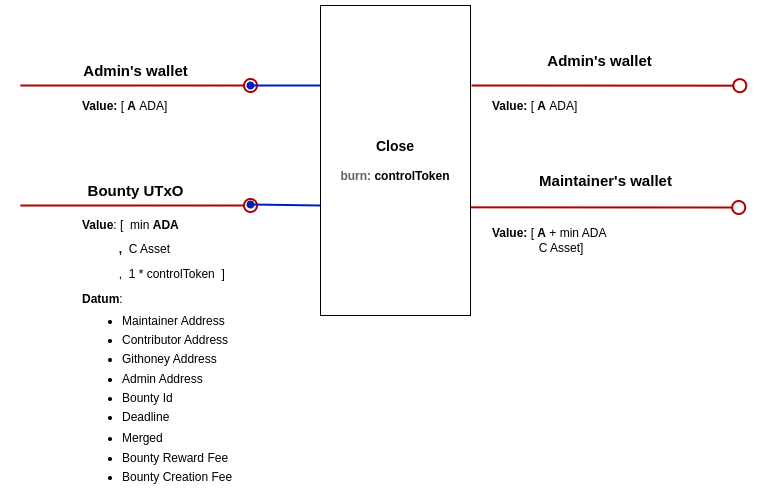
Before: docs/img/close.png, a diagram exported from draw.io (githoney-io/githoney-smart-contract). Source tidied: cells renumbered, new cells last; positions are measured from the earlier drawing's top-left corner, leaving out a move shared by most shapes.
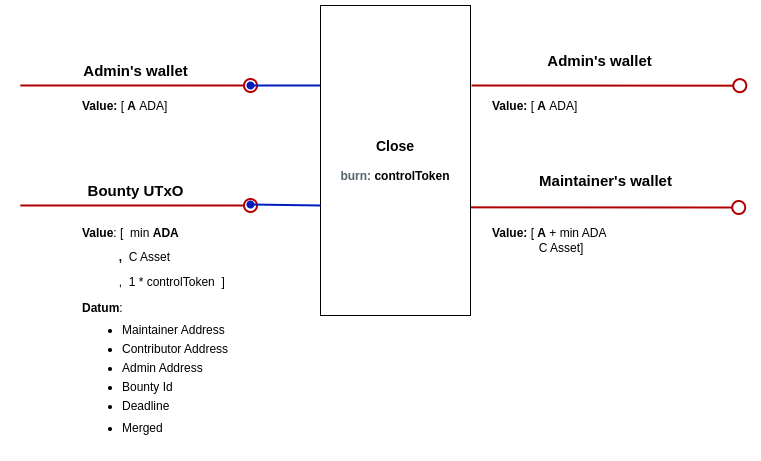
Later version of the same file.

Diff of the diagram source:
```diff
@@ -47,8 +47,8 @@
     <mxCell id="11" value="&lt;font style=&quot;font-size: 15px;&quot;&gt;&lt;b&gt;Bounty UTxO&lt;/b&gt;&lt;/font&gt;" style="text;html=1;align=center;verticalAlign=middle;strokeColor=none;fillColor=none;" parent="1" vertex="1">
       <mxGeometry x="55" y="170" width="120" height="30" as="geometry" />
     </mxCell>
-    <mxCell id="12" value="&lt;p style=&quot;line-height: 100%;&quot;&gt;&lt;b&gt;Value&lt;/b&gt;: [&amp;nbsp; min&lt;b&gt;&amp;nbsp;ADA&lt;/b&gt;&lt;/p&gt;&lt;p style=&quot;line-height: 100%;&quot;&gt;&lt;b&gt;&lt;span style=&quot;white-space: pre;&quot;&gt;&#9;&lt;/span&gt;&amp;nbsp; &amp;nbsp;,&amp;nbsp; &lt;/b&gt;C Asset&lt;br&gt;&lt;/p&gt;&lt;span style=&quot;background-color: initial;&quot;&gt;&amp;nbsp; &amp;nbsp; &amp;nbsp; &amp;nbsp; &amp;nbsp; &amp;nbsp;,&amp;nbsp; 1 * controlToken&lt;/span&gt;&lt;b style=&quot;background-color: initial;&quot;&gt;&amp;nbsp;&amp;nbsp;&lt;/b&gt;&lt;span style=&quot;background-color: initial;&quot;&gt;]&amp;nbsp;&lt;/span&gt;&lt;div&gt;&lt;div&gt;&lt;p style=&quot;line-height: 100%;&quot;&gt;&lt;b&gt;Datum&lt;/b&gt;:&lt;/p&gt;&lt;ul style=&quot;line-height: 80%;&quot;&gt;&lt;li&gt;Maintainer Address&lt;br&gt;&lt;br&gt;&lt;/li&gt;&lt;li&gt;Contributor Address&lt;br&gt;&lt;br&gt;&lt;/li&gt;&lt;li&gt;Githoney Address&lt;br&gt;&lt;/li&gt;&lt;br&gt;&lt;li&gt;Admin Address&amp;nbsp; &amp;nbsp; &amp;nbsp; &amp;nbsp; &amp;nbsp; &amp;nbsp;&lt;br&gt;&amp;nbsp; &amp;nbsp; &amp;nbsp;&lt;/li&gt;&lt;li&gt;Bounty Id&lt;br&gt;&lt;br&gt;&lt;/li&gt;&lt;li&gt;Deadline&lt;/li&gt;&lt;/ul&gt;&lt;ul style=&quot;line-height: 80%;&quot;&gt;&lt;li&gt;Merged&lt;br&gt;&lt;br&gt;&lt;/li&gt;&lt;li&gt;Bounty Reward Fee&lt;br&gt;&lt;br&gt;&lt;/li&gt;&lt;li&gt;Bounty Creation Fee&lt;/li&gt;&lt;/ul&gt;&lt;p&gt;&lt;/p&gt;&lt;/div&gt;&lt;/div&gt;" style="text;html=1;strokeColor=none;fillColor=none;align=left;verticalAlign=middle;whiteSpace=wrap;rounded=0;" parent="1" vertex="1">
-      <mxGeometry x="60" y="220" width="437.4" height="250" as="geometry" />
+    <mxCell id="12" value="&lt;p style=&quot;line-height: 100%;&quot;&gt;&lt;b&gt;Value&lt;/b&gt;: [&amp;nbsp; min&lt;b&gt;&amp;nbsp;ADA&lt;/b&gt;&lt;/p&gt;&lt;p style=&quot;line-height: 100%;&quot;&gt;&lt;b&gt;&lt;span style=&quot;white-space: pre;&quot;&gt;&#9;&lt;/span&gt;&amp;nbsp; &amp;nbsp;,&amp;nbsp; &lt;/b&gt;C Asset&lt;br&gt;&lt;/p&gt;&lt;span style=&quot;background-color: initial;&quot;&gt;&amp;nbsp; &amp;nbsp; &amp;nbsp; &amp;nbsp; &amp;nbsp; &amp;nbsp;,&amp;nbsp; 1 * controlToken&lt;/span&gt;&lt;b style=&quot;background-color: initial;&quot;&gt;&amp;nbsp;&amp;nbsp;&lt;/b&gt;&lt;span style=&quot;background-color: initial;&quot;&gt;]&amp;nbsp;&lt;/span&gt;&lt;div&gt;&lt;p style=&quot;line-height: 100%;&quot;&gt;&lt;b&gt;Datum&lt;/b&gt;:&lt;/p&gt;&lt;ul style=&quot;line-height: 80%;&quot;&gt;&lt;li&gt;Maintainer Address&lt;br&gt;&lt;br&gt;&lt;/li&gt;&lt;li&gt;Contributor Address&lt;br&gt;&lt;br&gt;&lt;/li&gt;&lt;li&gt;Admin Address&amp;nbsp; &amp;nbsp; &amp;nbsp; &amp;nbsp; &amp;nbsp; &amp;nbsp;&lt;br&gt;&amp;nbsp; &amp;nbsp; &amp;nbsp;&lt;/li&gt;&lt;li&gt;Bounty Id&lt;br&gt;&lt;br&gt;&lt;/li&gt;&lt;li&gt;Deadline&lt;/li&gt;&lt;/ul&gt;&lt;ul style=&quot;line-height: 80%;&quot;&gt;&lt;li&gt;Merged&lt;br&gt;&lt;/li&gt;&lt;/ul&gt;&lt;p&gt;&lt;/p&gt;&lt;/div&gt;" style="text;html=1;strokeColor=none;fillColor=none;align=left;verticalAlign=middle;whiteSpace=wrap;rounded=0;" parent="1" vertex="1">
+      <mxGeometry x="60" y="200" width="437.4" height="250" as="geometry" />
     </mxCell>
     <mxCell id="13" value="&lt;b&gt;Value: &lt;/b&gt;[&lt;b&gt;&amp;nbsp;A&lt;/b&gt;&amp;nbsp;+ min ADA&lt;br&gt;&lt;div&gt;&lt;span style=&quot;white-space: pre;&quot;&gt;&#9;&lt;/span&gt;&amp;nbsp; &amp;nbsp; &amp;nbsp; C Asset]&lt;/div&gt;" style="text;html=1;strokeColor=none;fillColor=none;align=left;verticalAlign=middle;whiteSpace=wrap;rounded=0;" parent="1" vertex="1">
       <mxGeometry x="470" y="214.5" width="174" height="41" as="geometry" />
```
